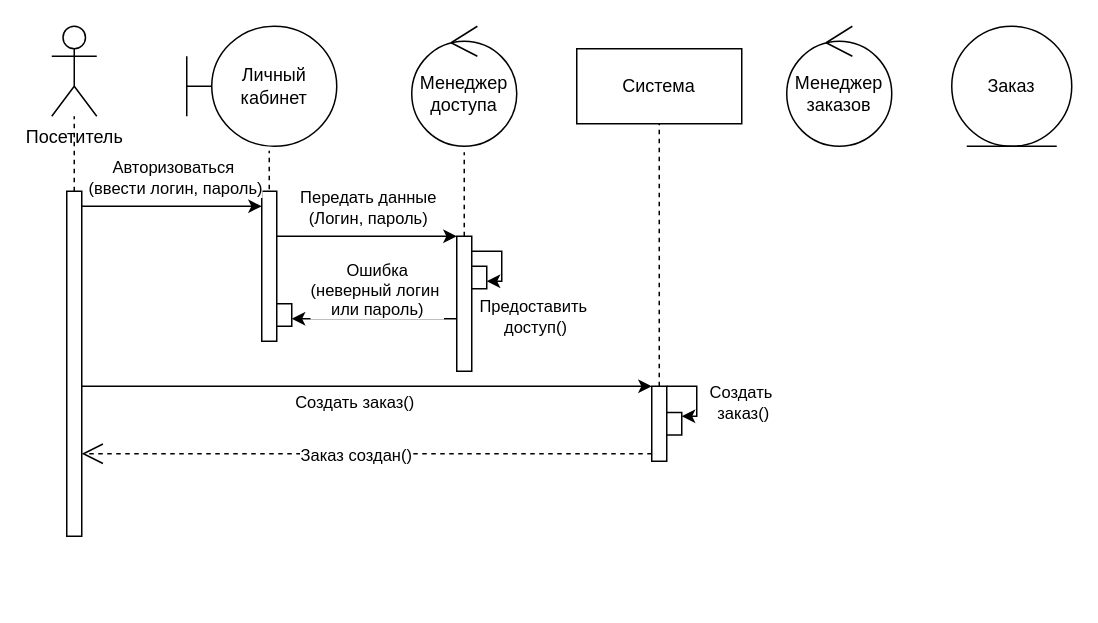
Earlier version of the draw.io diagram AKMS_4.drawio (mopsin666/AKMS). Source tidied: cells renumbered, new cells numbered last; positions are measured from the earlier drawing's top-left corner, leaving out a move shared by most shapes. Both pictures are drawn from the tidied source at 150%, with x=0, y=0 at pixel (51, 26).
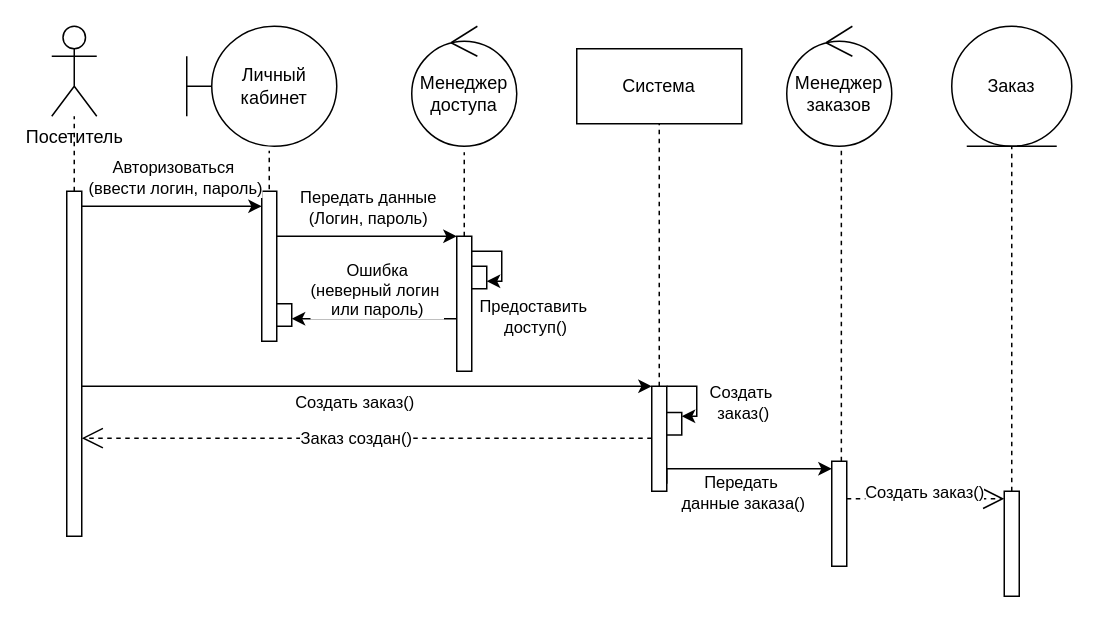
After the change.

The change refers to these unchanged cells:
```xml
<mxCell id="4" value="Менеджер заказов" style="ellipse;shape=umlControl;whiteSpace=wrap;html=1;" parent="1" vertex="1">
  <mxGeometry x="490" width="70" height="80" as="geometry" />
</mxCell>
<mxCell id="7" value="Заказ" style="ellipse;shape=umlEntity;whiteSpace=wrap;html=1;" parent="1" vertex="1">
  <mxGeometry x="600" width="80" height="80" as="geometry" />
</mxCell>
<mxCell id="8" style="html=1;points=[[0,0,0,0,5],[0,1,0,0,-5],[1,0,0,0,5],[1,1,0,0,-5]];perimeter=orthogonalPerimeter;outlineConnect=0;targetShapes=umlLifeline;portConstraint=eastwest;newEdgeStyle={&quot;curved&quot;:0,&quot;rounded&quot;:0};" parent="1" vertex="1">
  <mxGeometry x="10" y="110" width="10" height="230" as="geometry" />
</mxCell>
```

What changed in the source:
```diff
@@
     <mxCell id="25" style="html=1;points=[[0,0,0,0,5],[0,1,0,0,-5],[1,0,0,0,5],[1,1,0,0,-5]];perimeter=orthogonalPerimeter;outlineConnect=0;targetShapes=umlLifeline;portConstraint=eastwest;newEdgeStyle={&quot;curved&quot;:0,&quot;rounded&quot;:0};" parent="1" vertex="1">
-      <mxGeometry x="400" y="240" width="10" height="50" as="geometry" />
+      <mxGeometry x="400" y="240" width="10" height="70" as="geometry" />
     </mxCell>
-    <mxCell id="26" style="endArrow=open;dashed=1;endFill=0;endSize=12;html=1;rounded=0;exitX=0;exitY=1;exitDx=0;exitDy=-5;exitPerimeter=0;" parent="1" edge="1" source="25" target="8">
-      <mxGeometry relative="1" as="geometry" />
+    <mxCell id="26" style="endArrow=open;dashed=1;endFill=0;endSize=12;html=1;rounded=0;exitX=0;exitY=1;exitDx=0;exitDy=-5;exitPerimeter=0;" parent="1" edge="1">
+      <mxGeometry relative="1" as="geometry">
+        <mxPoint x="400" y="274.6" as="sourcePoint" />
+        <mxPoint x="20" y="274.6" as="targetPoint" />
+      </mxGeometry>
     </mxCell>
@@
+    <mxCell id="33" style="html=1;points=[[0,0,0,0,5],[0,1,0,0,-5],[1,0,0,0,5],[1,1,0,0,-5]];perimeter=orthogonalPerimeter;outlineConnect=0;targetShapes=umlLifeline;portConstraint=eastwest;newEdgeStyle={&quot;curved&quot;:0,&quot;rounded&quot;:0};" parent="1" vertex="1">
+      <mxGeometry x="520" y="290" width="10" height="70" as="geometry" />
+    </mxCell>
+    <mxCell id="34" style="endArrow=none;dashed=1;html=1;rounded=0;entryX=0.52;entryY=1.005;entryDx=0;entryDy=0;entryPerimeter=0;" parent="1" edge="1" source="33" target="4">
+      <mxGeometry relative="1" as="geometry" />
+    </mxCell>
+    <mxCell id="35" style="edgeStyle=orthogonalEdgeStyle;rounded=0;jettySize=auto;html=1;curved=0;exitX=1;exitY=1;exitDx=0;exitDy=-5;exitPerimeter=0;entryX=0;entryY=0;entryDx=0;entryDy=5;entryPerimeter=0;" parent="1" edge="1" source="25" target="33">
+      <mxGeometry relative="1" as="geometry">
+        <Array as="points">
+          <mxPoint x="410" y="295" />
+        </Array>
+      </mxGeometry>
+    </mxCell>
+    <mxCell id="36" value="Передать&amp;nbsp;&lt;div&gt;данные заказа()&lt;/div&gt;" style="edgeLabel;html=1;align=center;verticalAlign=middle;" parent="35" vertex="1">
+      <mxGeometry x="-0.21" y="-1" relative="1" as="geometry">
+        <mxPoint x="13" y="14" as="offset" />
+      </mxGeometry>
+    </mxCell>
+    <mxCell id="37" style="html=1;points=[[0,0,0,0,5],[0,1,0,0,-5],[1,0,0,0,5],[1,1,0,0,-5]];perimeter=orthogonalPerimeter;outlineConnect=0;targetShapes=umlLifeline;portConstraint=eastwest;newEdgeStyle={&quot;curved&quot;:0,&quot;rounded&quot;:0};" parent="1" vertex="1">
+      <mxGeometry x="635" y="310" width="10" height="70" as="geometry" />
+    </mxCell>
+    <mxCell id="38" style="endArrow=open;dashed=1;endFill=0;endSize=12;html=1;rounded=0;entryX=0;entryY=0;entryDx=0;entryDy=5;entryPerimeter=0;" parent="1" edge="1" source="33" target="37">
+      <mxGeometry relative="1" as="geometry" />
+    </mxCell>
+    <mxCell id="39" value="Создать заказ()" style="edgeLabel;html=1;align=center;verticalAlign=middle;" parent="38" vertex="1">
+      <mxGeometry x="0.04" relative="1" as="geometry">
+        <mxPoint x="-4" y="-5" as="offset" />
+      </mxGeometry>
+    </mxCell>
+    <mxCell id="40" style="endArrow=none;dashed=1;html=1;rounded=0;entryX=0.5;entryY=1;entryDx=0;entryDy=0;" parent="1" edge="1" source="37" target="7">
+      <mxGeometry relative="1" as="geometry" />
+    </mxCell>
```
